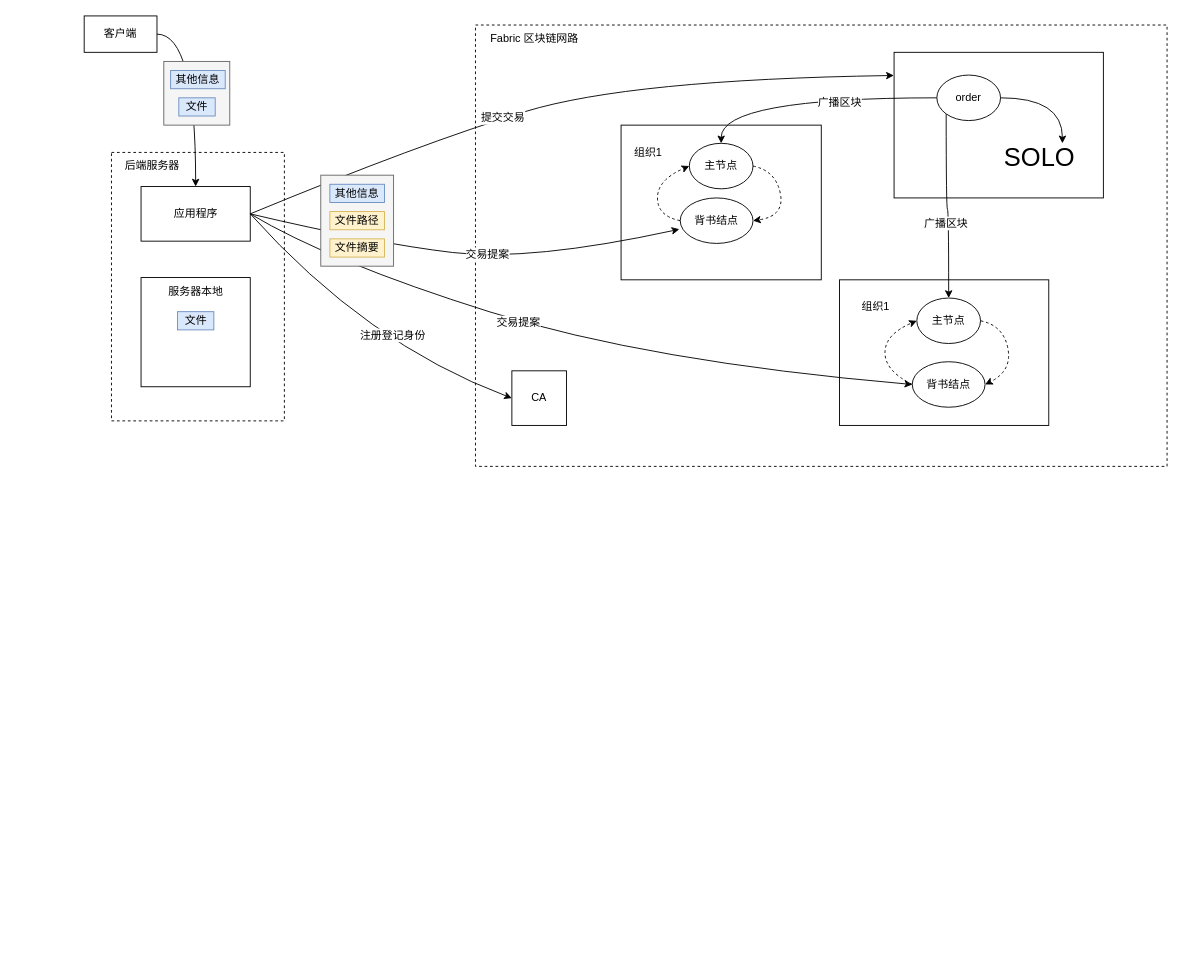
The draw.io diagram NetworkTopu.drawio in 449121927/449121927, before the edit. Source tidied: cells renumbered, new cells numbered last; positions are measured from the earlier drawing's top-left corner, leaving out a move shared by most shapes. Both pictures are drawn from the tidied source at 91%, with x=0, y=0 at pixel (84, 15).
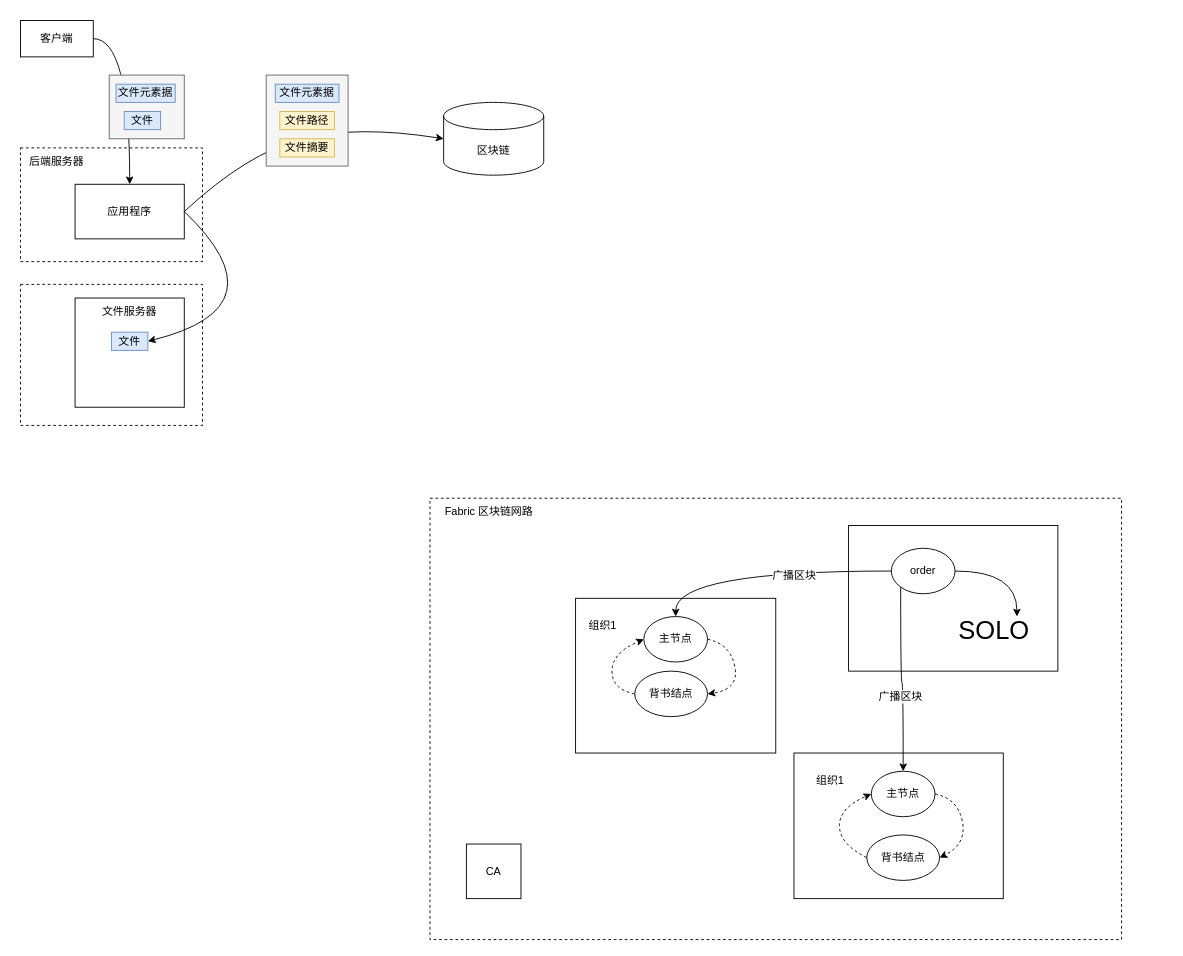
Above is the later version.

Change to the diagram source:
```diff
@@
-    <mxCell id="2" style="rounded=0;whiteSpace=wrap;html=1;fillColor=none;dashed=1;" parent="1" vertex="1">
-      <mxGeometry x="430" y="10" width="760" height="485" as="geometry" />
-    </mxCell>
-    <mxCell id="3" style="rounded=0;whiteSpace=wrap;html=1;fillColor=default;" parent="1" vertex="1">
-      <mxGeometry x="590" y="120" width="220" height="170" as="geometry" />
-    </mxCell>
-    <mxCell id="4" style="rounded=0;whiteSpace=wrap;html=1;fillColor=none;dashed=1;" parent="1" vertex="1">
-      <mxGeometry x="30" y="150" width="190" height="295" as="geometry" />
-    </mxCell>
+    <mxCell id="48" style="rounded=0;whiteSpace=wrap;html=1;dashed=1;fillColor=none;" parent="1" vertex="1">
+      <mxGeometry x="-70" y="145" width="200" height="125" as="geometry" />
+    </mxCell>
@@
     <mxCell id="6" value="客户端" style="rounded=0;whiteSpace=wrap;html=1;" parent="1" vertex="1">
-      <mxGeometry width="80" height="40" as="geometry" />
+      <mxGeometry x="-70" y="5" width="80" height="40" as="geometry" />
     </mxCell>
-    <mxCell id="7" value="CA" style="whiteSpace=wrap;html=1;" parent="1" vertex="1">
-      <mxGeometry x="470" y="390" width="60" height="60" as="geometry" />
-    </mxCell>
     <mxCell id="8" value="应用程序" style="rounded=0;whiteSpace=wrap;html=1;" parent="1" vertex="1">
-      <mxGeometry x="62.5" y="187.5" width="120" height="60" as="geometry" />
+      <mxGeometry x="-10" y="185" width="120" height="60" as="geometry" />
     </mxCell>
     <mxCell id="9" style="whiteSpace=wrap;html=1;" parent="1" vertex="1">
-      <mxGeometry x="62.5" y="287.5" width="120" height="120" as="geometry" />
+      <mxGeometry x="-10" y="310" width="120" height="120" as="geometry" />
     </mxCell>
-    <mxCell id="10" value="服务器本地" style="text;html=1;strokeColor=none;fillColor=none;align=center;verticalAlign=middle;whiteSpace=wrap;rounded=0;" parent="1" vertex="1">
-      <mxGeometry x="87.5" y="287.5" width="70" height="30" as="geometry" />
+    <mxCell id="10" value="文件服务器" style="text;html=1;strokeColor=none;fillColor=none;align=center;verticalAlign=middle;whiteSpace=wrap;rounded=0;" parent="1" vertex="1">
+      <mxGeometry x="15" y="310" width="70" height="30" as="geometry" />
     </mxCell>
-    <mxCell id="11" value="主节点" style="ellipse;whiteSpace=wrap;html=1;fillColor=default;" parent="1" vertex="1">
-      <mxGeometry x="665" y="140" width="70" height="50" as="geometry" />
-    </mxCell>
-    <mxCell id="12" value="背书结点" style="ellipse;whiteSpace=wrap;html=1;fillColor=default;" parent="1" vertex="1">
-      <mxGeometry x="655" y="200" width="80" height="50" as="geometry" />
-    </mxCell>
-    <mxCell id="13" style="curved=1;endArrow=classic;html=1;rounded=0;exitX=1;exitY=0.5;exitDx=0;exitDy=0;entryX=1;entryY=0.5;entryDx=0;entryDy=0;dashed=1;" parent="1" edge="1" source="11" target="12">
-      <mxGeometry relative="1" as="geometry">
-        <Array as="points">
-          <mxPoint x="760" y="170" />
-          <mxPoint x="770" y="220" />
-        </Array>
-      </mxGeometry>
-    </mxCell>
-    <mxCell id="14" style="curved=1;endArrow=classic;html=1;rounded=0;exitX=0;exitY=0.5;exitDx=0;exitDy=0;entryX=0;entryY=0.5;entryDx=0;entryDy=0;dashed=1;" parent="1" edge="1" source="12" target="11">
-      <mxGeometry relative="1" as="geometry">
-        <Array as="points">
-          <mxPoint x="630" y="220" />
-          <mxPoint x="630" y="180" />
-        </Array>
-      </mxGeometry>
-    </mxCell>
-    <mxCell id="15" value="组织1" style="text;html=1;strokeColor=none;fillColor=none;align=center;verticalAlign=middle;whiteSpace=wrap;rounded=0;dashed=1;dashPattern=1 1;" parent="1" vertex="1">
-      <mxGeometry x="590" y="135" width="60" height="30" as="geometry" />
-    </mxCell>
-    <mxCell id="16" style="rounded=0;whiteSpace=wrap;html=1;fillColor=default;" parent="1" vertex="1">
-      <mxGeometry x="830" y="290" width="230" height="160" as="geometry" />
-    </mxCell>
-    <mxCell id="17" value="主节点" style="ellipse;whiteSpace=wrap;html=1;fillColor=default;" parent="1" vertex="1">
-      <mxGeometry x="915" y="310" width="70" height="50" as="geometry" />
-    </mxCell>
-    <mxCell id="18" value="背书结点" style="ellipse;whiteSpace=wrap;html=1;fillColor=default;" parent="1" vertex="1">
-      <mxGeometry x="910" y="380" width="80" height="50" as="geometry" />
-    </mxCell>
-    <mxCell id="19" style="curved=1;endArrow=classic;html=1;rounded=0;exitX=1;exitY=0.5;exitDx=0;exitDy=0;entryX=1;entryY=0.5;entryDx=0;entryDy=0;dashed=1;" parent="1" edge="1" source="17" target="18">
-      <mxGeometry relative="1" as="geometry">
-        <Array as="points">
-          <mxPoint x="1010" y="340" />
-          <mxPoint x="1020" y="390" />
-        </Array>
-      </mxGeometry>
-    </mxCell>
-    <mxCell id="20" style="curved=1;endArrow=classic;html=1;rounded=0;exitX=0;exitY=0.5;exitDx=0;exitDy=0;entryX=0;entryY=0.5;entryDx=0;entryDy=0;dashed=1;" parent="1" edge="1" source="18" target="17">
-      <mxGeometry relative="1" as="geometry">
-        <Array as="points">
-          <mxPoint x="880" y="390" />
-          <mxPoint x="880" y="350" />
-        </Array>
-      </mxGeometry>
-    </mxCell>
-    <mxCell id="21" value="组织1" style="text;html=1;strokeColor=none;fillColor=none;align=center;verticalAlign=middle;whiteSpace=wrap;rounded=0;dashed=1;dashPattern=1 1;" parent="1" vertex="1">
-      <mxGeometry x="840" y="305" width="60" height="30" as="geometry" />
-    </mxCell>
-    <mxCell id="22" style="rounded=0;whiteSpace=wrap;html=1;fillColor=default;" parent="1" vertex="1">
-      <mxGeometry x="890" y="40" width="230" height="160" as="geometry" />
-    </mxCell>
-    <mxCell id="23" style="edgeStyle=orthogonalEdgeStyle;curved=1;rounded=0;jettySize=auto;html=1;exitX=1;exitY=0.5;exitDx=0;exitDy=0;entryX=0.75;entryY=0;entryDx=0;entryDy=0;fontSize=32;" parent="1" edge="1" source="28" target="29">
-      <mxGeometry relative="1" as="geometry" />
-    </mxCell>
-    <mxCell id="24" style="edgeStyle=orthogonalEdgeStyle;curved=1;rounded=0;jettySize=auto;html=1;exitX=0;exitY=0.5;exitDx=0;exitDy=0;fontSize=32;" parent="1" edge="1" source="28" target="11">
-      <mxGeometry relative="1" as="geometry" />
-    </mxCell>
-    <mxCell id="25" value="广播区块" style="edgeLabel;html=1;align=center;verticalAlign=middle;fontSize=12;" parent="24" vertex="1">
-      <mxGeometry x="-0.25" y="4" relative="1" as="geometry" />
-    </mxCell>
-    <mxCell id="26" style="edgeStyle=orthogonalEdgeStyle;curved=1;rounded=0;jettySize=auto;html=1;exitX=0;exitY=1;exitDx=0;exitDy=0;entryX=0.5;entryY=0;entryDx=0;entryDy=0;fontSize=32;" parent="1" edge="1" source="28" target="17">
-      <mxGeometry relative="1" as="geometry" />
-    </mxCell>
-    <mxCell id="27" value="广播区块" style="edgeLabel;html=1;align=center;verticalAlign=middle;fontSize=12;" parent="26" vertex="1">
-      <mxGeometry x="0.2" y="-4" relative="1" as="geometry" />
-    </mxCell>
-    <mxCell id="28" value="order" style="ellipse;whiteSpace=wrap;html=1;fillColor=default;" parent="1" vertex="1">
-      <mxGeometry x="937" y="65" width="70" height="50" as="geometry" />
-    </mxCell>
-    <mxCell id="29" value="&lt;font style=&quot;font-size: 28px&quot;&gt;SOLO&lt;/font&gt;" style="text;html=1;strokeColor=none;fillColor=none;align=center;verticalAlign=middle;whiteSpace=wrap;rounded=0;" parent="1" vertex="1">
-      <mxGeometry x="1000" y="140" width="100" height="30" as="geometry" />
-    </mxCell>
     <mxCell id="30" value="文件" style="rounded=0;whiteSpace=wrap;html=1;fontSize=12;fillColor=#dae8fc;strokeColor=#6c8ebf;" parent="1" vertex="1">
-      <mxGeometry x="102.5" y="325" width="40" height="20" as="geometry" />
+      <mxGeometry x="30" y="347.5" width="40" height="20" as="geometry" />
     </mxCell>
     <mxCell id="31" style="rounded=0;whiteSpace=wrap;html=1;fontSize=12;fillColor=#f5f5f5;fontColor=#333333;strokeColor=#666666;" parent="1" vertex="1">
-      <mxGeometry x="87.5" y="50" width="72.5" height="70" as="geometry" />
+      <mxGeometry x="27.5" y="65" width="82.5" height="70" as="geometry" />
     </mxCell>
     <mxCell id="32" value="文件" style="rounded=0;whiteSpace=wrap;html=1;fontSize=12;fillColor=#dae8fc;strokeColor=#6c8ebf;" parent="1" vertex="1">
-      <mxGeometry x="104" y="90" width="40" height="20" as="geometry" />
+      <mxGeometry x="44" y="105" width="40" height="20" as="geometry" />
     </mxCell>
-    <mxCell id="33" value="其他信息" style="rounded=0;whiteSpace=wrap;html=1;fontSize=12;fillColor=#dae8fc;strokeColor=#6c8ebf;" parent="1" vertex="1">
-      <mxGeometry x="95" y="60" width="60" height="20" as="geometry" />
+    <mxCell id="33" value="文件元素据" style="rounded=0;whiteSpace=wrap;html=1;fontSize=12;fillColor=#dae8fc;strokeColor=#6c8ebf;" parent="1" vertex="1">
+      <mxGeometry x="35" y="75" width="65" height="20" as="geometry" />
     </mxCell>
-    <mxCell id="34" style="curved=1;endArrow=classic;html=1;rounded=0;fontSize=12;exitX=1;exitY=0.5;exitDx=0;exitDy=0;entryX=0;entryY=0.5;entryDx=0;entryDy=0;" parent="1" edge="1" source="8" target="18">
-      <mxGeometry relative="1" as="geometry">
-        <Array as="points">
-          <mxPoint x="270" y="270" />
-          <mxPoint x="620" y="380" />
-        </Array>
-      </mxGeometry>
-    </mxCell>
-    <mxCell id="35" value="交易提案" style="edgeLabel;html=1;align=center;verticalAlign=middle;fontSize=12;" parent="34" vertex="1">
-      <mxGeometry x="-0.16" y="-1" relative="1" as="geometry" />
-    </mxCell>
-    <mxCell id="36" style="curved=1;endArrow=classic;html=1;rounded=0;fontSize=12;exitX=1;exitY=0.5;exitDx=0;exitDy=0;entryX=0;entryY=0.5;entryDx=0;entryDy=0;" parent="1" edge="1" source="8" target="7">
-      <mxGeometry relative="1" as="geometry">
-        <Array as="points">
-          <mxPoint x="310" y="360" />
-        </Array>
-      </mxGeometry>
-    </mxCell>
-    <mxCell id="37" value="注册登记身份" style="edgeLabel;html=1;align=center;verticalAlign=middle;fontSize=12;" parent="36" vertex="1">
-      <mxGeometry x="0.19" y="19" relative="1" as="geometry" />
-    </mxCell>
-    <mxCell id="38" style="curved=1;endArrow=classic;html=1;rounded=0;fontSize=12;exitX=1;exitY=0.5;exitDx=0;exitDy=0;entryX=-0.012;entryY=0.688;entryDx=0;entryDy=0;entryPerimeter=0;" parent="1" edge="1" source="8" target="12">
-      <mxGeometry relative="1" as="geometry">
-        <Array as="points">
-          <mxPoint x="320" y="250" />
-          <mxPoint x="490" y="270" />
-        </Array>
-      </mxGeometry>
-    </mxCell>
-    <mxCell id="39" value="交易提案" style="edgeLabel;html=1;align=center;verticalAlign=middle;fontSize=12;" parent="38" vertex="1">
-      <mxGeometry x="0.1" y="3" relative="1" as="geometry" />
-    </mxCell>
-    <mxCell id="40" style="curved=1;endArrow=classic;html=1;rounded=0;fontSize=12;exitX=1;exitY=0.5;exitDx=0;exitDy=0;entryX=-0.001;entryY=0.159;entryDx=0;entryDy=0;entryPerimeter=0;" parent="1" edge="1" source="8" target="22">
-      <mxGeometry relative="1" as="geometry">
-        <Array as="points">
-          <mxPoint x="370" y="140" />
-          <mxPoint x="600" y="70" />
-        </Array>
-      </mxGeometry>
-    </mxCell>
-    <mxCell id="41" value="提交交易" style="edgeLabel;html=1;align=center;verticalAlign=middle;fontSize=12;" parent="40" vertex="1">
-      <mxGeometry x="-0.19" y="1" relative="1" as="geometry" />
-    </mxCell>
+    <mxCell id="46" value="后端服务器" style="text;html=1;strokeColor=none;fillColor=none;align=center;verticalAlign=middle;whiteSpace=wrap;rounded=0;fontSize=12;" parent="1" vertex="1">
+      <mxGeometry x="-75" y="145" width="90" height="30" as="geometry" />
+    </mxCell>
+    <mxCell id="49" style="curved=1;endArrow=classic;html=1;rounded=0;exitX=1;exitY=0.5;exitDx=0;exitDy=0;entryX=1;entryY=0.5;entryDx=0;entryDy=0;" parent="1" edge="1" source="8" target="30">
+      <mxGeometry relative="1" as="geometry">
+        <Array as="points">
+          <mxPoint x="220" y="320" />
+        </Array>
+      </mxGeometry>
+    </mxCell>
+    <mxCell id="50" style="rounded=0;whiteSpace=wrap;html=1;fillColor=none;dashed=1;" parent="1" vertex="1">
+      <mxGeometry x="-70" y="295" width="200" height="155" as="geometry" />
+    </mxCell>
+    <mxCell id="51" style="rounded=0;whiteSpace=wrap;html=1;fillColor=none;dashed=1;" parent="1" vertex="1">
+      <mxGeometry x="380" y="530" width="760" height="485" as="geometry" />
+    </mxCell>
+    <mxCell id="52" style="rounded=0;whiteSpace=wrap;html=1;fillColor=default;" parent="1" vertex="1">
+      <mxGeometry x="540" y="640" width="220" height="170" as="geometry" />
+    </mxCell>
+    <mxCell id="7" value="CA" style="whiteSpace=wrap;html=1;" parent="1" vertex="1">
+      <mxGeometry x="420" y="910" width="60" height="60" as="geometry" />
+    </mxCell>
+    <mxCell id="53" value="主节点" style="ellipse;whiteSpace=wrap;html=1;fillColor=default;" parent="1" vertex="1">
+      <mxGeometry x="615" y="660" width="70" height="50" as="geometry" />
+    </mxCell>
+    <mxCell id="54" value="背书结点" style="ellipse;whiteSpace=wrap;html=1;fillColor=default;" parent="1" vertex="1">
+      <mxGeometry x="605" y="720" width="80" height="50" as="geometry" />
+    </mxCell>
+    <mxCell id="55" style="curved=1;endArrow=classic;html=1;rounded=0;exitX=1;exitY=0.5;exitDx=0;exitDy=0;entryX=1;entryY=0.5;entryDx=0;entryDy=0;dashed=1;" parent="1" edge="1" source="53" target="54">
+      <mxGeometry relative="1" as="geometry">
+        <Array as="points">
+          <mxPoint x="710" y="690" />
+          <mxPoint x="720" y="740" />
+        </Array>
+      </mxGeometry>
+    </mxCell>
+    <mxCell id="56" style="curved=1;endArrow=classic;html=1;rounded=0;exitX=0;exitY=0.5;exitDx=0;exitDy=0;entryX=0;entryY=0.5;entryDx=0;entryDy=0;dashed=1;" parent="1" edge="1" source="54" target="53">
+      <mxGeometry relative="1" as="geometry">
+        <Array as="points">
+          <mxPoint x="580" y="740" />
+          <mxPoint x="580" y="700" />
+        </Array>
+      </mxGeometry>
+    </mxCell>
+    <mxCell id="57" value="组织1" style="text;html=1;strokeColor=none;fillColor=none;align=center;verticalAlign=middle;whiteSpace=wrap;rounded=0;dashed=1;dashPattern=1 1;" parent="1" vertex="1">
+      <mxGeometry x="540" y="655" width="60" height="30" as="geometry" />
+    </mxCell>
+    <mxCell id="58" style="rounded=0;whiteSpace=wrap;html=1;fillColor=default;" parent="1" vertex="1">
+      <mxGeometry x="780" y="810" width="230" height="160" as="geometry" />
+    </mxCell>
+    <mxCell id="59" value="主节点" style="ellipse;whiteSpace=wrap;html=1;fillColor=default;" parent="1" vertex="1">
+      <mxGeometry x="865" y="830" width="70" height="50" as="geometry" />
+    </mxCell>
+    <mxCell id="60" value="背书结点" style="ellipse;whiteSpace=wrap;html=1;fillColor=default;" parent="1" vertex="1">
+      <mxGeometry x="860" y="900" width="80" height="50" as="geometry" />
+    </mxCell>
+    <mxCell id="61" style="curved=1;endArrow=classic;html=1;rounded=0;exitX=1;exitY=0.5;exitDx=0;exitDy=0;entryX=1;entryY=0.5;entryDx=0;entryDy=0;dashed=1;" parent="1" edge="1" source="59" target="60">
+      <mxGeometry relative="1" as="geometry">
+        <Array as="points">
+          <mxPoint x="960" y="860" />
+          <mxPoint x="970" y="910" />
+        </Array>
+      </mxGeometry>
+    </mxCell>
+    <mxCell id="62" style="curved=1;endArrow=classic;html=1;rounded=0;exitX=0;exitY=0.5;exitDx=0;exitDy=0;entryX=0;entryY=0.5;entryDx=0;entryDy=0;dashed=1;" parent="1" edge="1" source="60" target="59">
+      <mxGeometry relative="1" as="geometry">
+        <Array as="points">
+          <mxPoint x="830" y="910" />
+          <mxPoint x="830" y="870" />
+        </Array>
+      </mxGeometry>
+    </mxCell>
+    <mxCell id="63" value="组织1" style="text;html=1;strokeColor=none;fillColor=none;align=center;verticalAlign=middle;whiteSpace=wrap;rounded=0;dashed=1;dashPattern=1 1;" parent="1" vertex="1">
+      <mxGeometry x="790" y="825" width="60" height="30" as="geometry" />
+    </mxCell>
+    <mxCell id="64" style="rounded=0;whiteSpace=wrap;html=1;fillColor=default;" parent="1" vertex="1">
+      <mxGeometry x="840" y="560" width="230" height="160" as="geometry" />
+    </mxCell>
+    <mxCell id="23" style="edgeStyle=orthogonalEdgeStyle;curved=1;rounded=0;jettySize=auto;html=1;exitX=1;exitY=0.5;exitDx=0;exitDy=0;entryX=0.75;entryY=0;entryDx=0;entryDy=0;fontSize=32;" parent="1" edge="1" source="28" target="29">
+      <mxGeometry relative="1" as="geometry" />
+    </mxCell>
+    <mxCell id="65" style="edgeStyle=orthogonalEdgeStyle;curved=1;rounded=0;jettySize=auto;html=1;exitX=0;exitY=0.5;exitDx=0;exitDy=0;fontSize=32;" parent="1" edge="1" source="28" target="53">
+      <mxGeometry relative="1" as="geometry" />
+    </mxCell>
+    <mxCell id="66" value="广播区块" style="edgeLabel;html=1;align=center;verticalAlign=middle;fontSize=12;" parent="65" vertex="1">
+      <mxGeometry x="-0.25" y="4" relative="1" as="geometry" />
+    </mxCell>
+    <mxCell id="67" style="edgeStyle=orthogonalEdgeStyle;curved=1;rounded=0;jettySize=auto;html=1;exitX=0;exitY=1;exitDx=0;exitDy=0;entryX=0.5;entryY=0;entryDx=0;entryDy=0;fontSize=32;" parent="1" edge="1" source="28" target="59">
+      <mxGeometry relative="1" as="geometry" />
+    </mxCell>
+    <mxCell id="68" value="广播区块" style="edgeLabel;html=1;align=center;verticalAlign=middle;fontSize=12;" parent="67" vertex="1">
+      <mxGeometry x="0.2" y="-4" relative="1" as="geometry" />
+    </mxCell>
+    <mxCell id="28" value="order" style="ellipse;whiteSpace=wrap;html=1;fillColor=default;" parent="1" vertex="1">
+      <mxGeometry x="887" y="585" width="70" height="50" as="geometry" />
+    </mxCell>
+    <mxCell id="29" value="&lt;font style=&quot;font-size: 28px&quot;&gt;SOLO&lt;/font&gt;" style="text;html=1;strokeColor=none;fillColor=none;align=center;verticalAlign=middle;whiteSpace=wrap;rounded=0;" parent="1" vertex="1">
+      <mxGeometry x="950" y="660" width="100" height="30" as="geometry" />
+    </mxCell>
+    <mxCell id="47" value="Fabric 区块链网路" style="text;html=1;strokeColor=none;fillColor=none;align=center;verticalAlign=middle;whiteSpace=wrap;rounded=0;fontSize=12;" parent="1" vertex="1">
+      <mxGeometry x="380" y="530" width="130" height="30" as="geometry" />
+    </mxCell>
+    <mxCell id="69" value="区块链" style="shape=cylinder3;whiteSpace=wrap;html=1;boundedLbl=1;backgroundOutline=1;size=15;fillColor=default;" parent="1" vertex="1">
+      <mxGeometry x="395" y="95" width="110" height="80" as="geometry" />
+    </mxCell>
+    <mxCell id="70" style="curved=1;endArrow=classic;html=1;rounded=0;exitX=1;exitY=0.5;exitDx=0;exitDy=0;entryX=0;entryY=0.5;entryDx=0;entryDy=0;entryPerimeter=0;" parent="1" edge="1" source="8" target="69">
+      <mxGeometry relative="1" as="geometry">
+        <Array as="points">
+          <mxPoint x="180" y="150" />
+          <mxPoint x="300" y="120" />
+        </Array>
+      </mxGeometry>
+    </mxCell>
     <mxCell id="42" style="rounded=0;whiteSpace=wrap;html=1;fontSize=12;fillColor=#f5f5f5;fontColor=#333333;strokeColor=#666666;" parent="1" vertex="1">
-      <mxGeometry x="260" y="175" width="80" height="100" as="geometry" />
+      <mxGeometry x="200" y="65" width="90" height="100" as="geometry" />
     </mxCell>
-    <mxCell id="43" value="其他信息" style="rounded=0;whiteSpace=wrap;html=1;fontSize=12;fillColor=#dae8fc;strokeColor=#6c8ebf;" parent="1" vertex="1">
-      <mxGeometry x="270" y="185" width="60" height="20" as="geometry" />
+    <mxCell id="43" value="文件元素据" style="rounded=0;whiteSpace=wrap;html=1;fontSize=12;fillColor=#dae8fc;strokeColor=#6c8ebf;" parent="1" vertex="1">
+      <mxGeometry x="210" y="75" width="70" height="20" as="geometry" />
     </mxCell>
     <mxCell id="44" value="文件路径" style="rounded=0;whiteSpace=wrap;html=1;fontSize=12;fillColor=#fff2cc;strokeColor=#d6b656;" parent="1" vertex="1">
-      <mxGeometry x="270" y="215" width="60" height="20" as="geometry" />
+      <mxGeometry x="215" y="105" width="60" height="20" as="geometry" />
     </mxCell>
     <mxCell id="45" value="文件摘要" style="rounded=0;whiteSpace=wrap;html=1;fontSize=12;fillColor=#fff2cc;strokeColor=#d6b656;" parent="1" vertex="1">
-      <mxGeometry x="270" y="245" width="60" height="20" as="geometry" />
+      <mxGeometry x="215" y="135" width="60" height="20" as="geometry" />
     </mxCell>
-    <mxCell id="46" value="后端服务器" style="text;html=1;strokeColor=none;fillColor=none;align=center;verticalAlign=middle;whiteSpace=wrap;rounded=0;fontSize=12;" parent="1" vertex="1">
-      <mxGeometry x="30" y="150" width="90" height="30" as="geometry" />
-    </mxCell>
-    <mxCell id="47" value="Fabric 区块链网路" style="text;html=1;strokeColor=none;fillColor=none;align=center;verticalAlign=middle;whiteSpace=wrap;rounded=0;fontSize=12;" parent="1" vertex="1">
-      <mxGeometry x="430" y="10" width="130" height="30" as="geometry" />
-    </mxCell>
```
